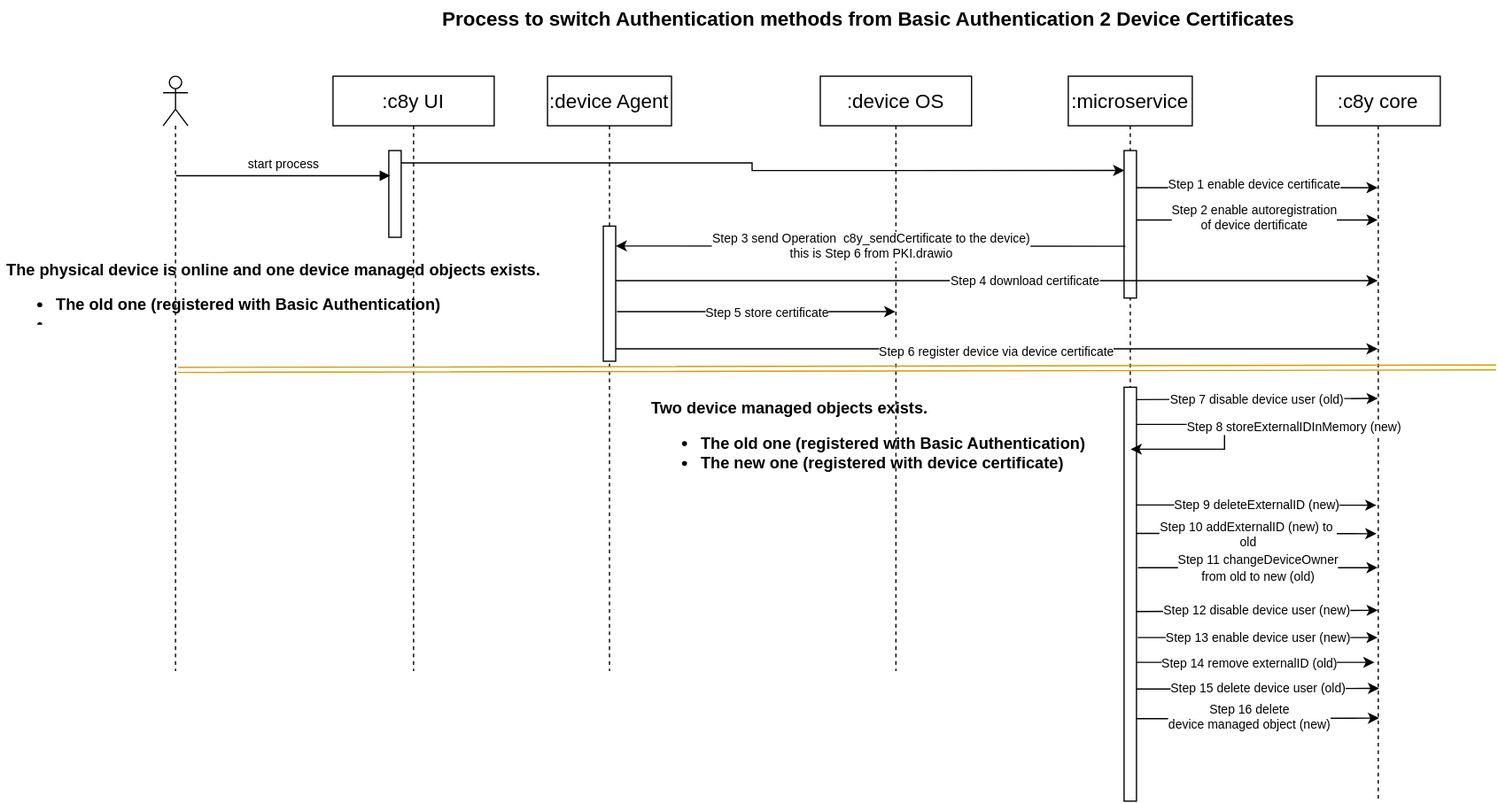
The draw.io diagram doc/switch.drawio.svg in Cumulocity-IoT/cumulocity-pki-integration, before a commit. Source tidied: cells renumbered, new cells last; positions are measured from the earlier drawing's top-left corner, leaving out a move shared by most shapes.
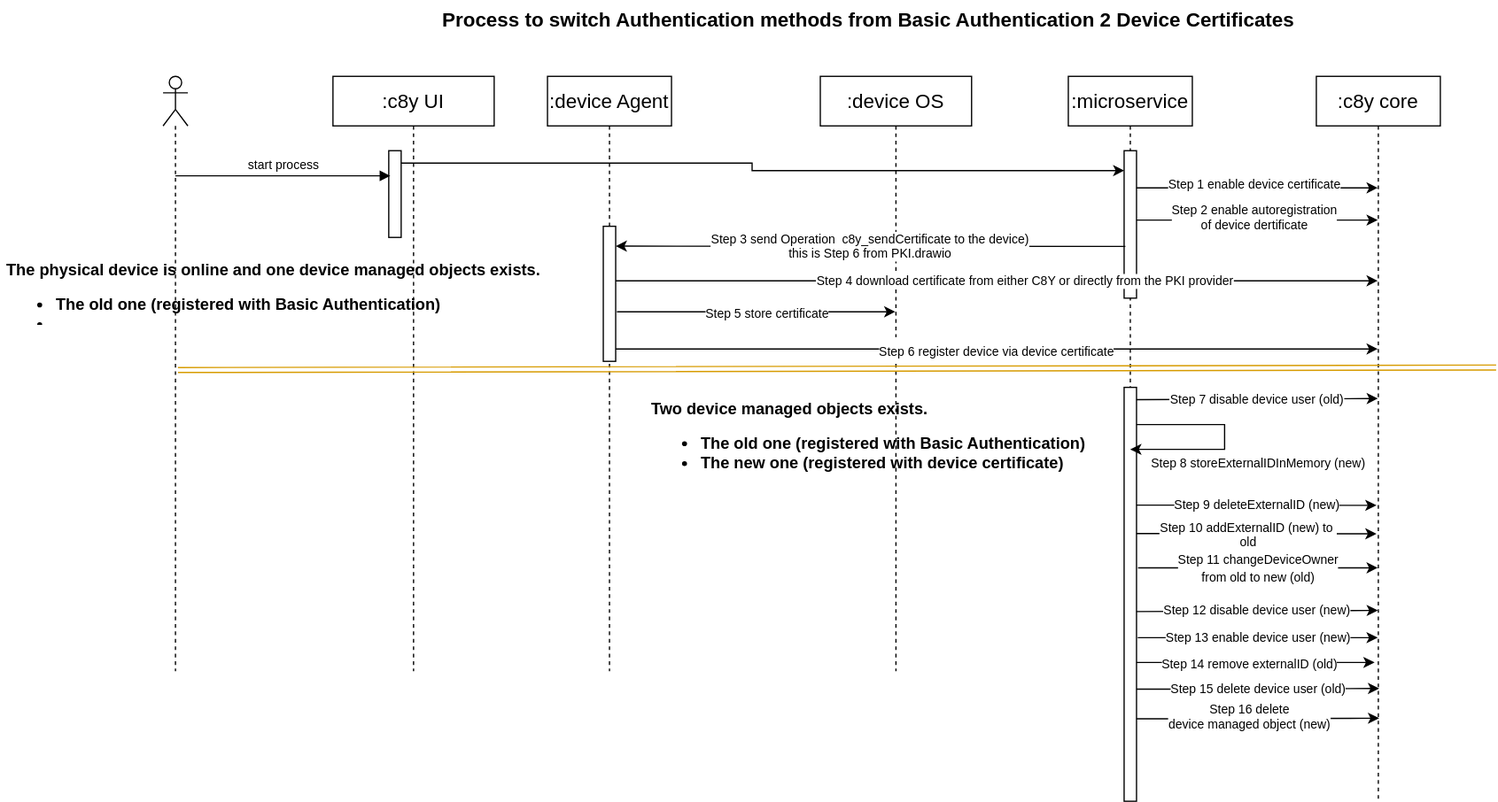
Later version of the same file.

What changed in the source:
```diff
@@ -167,7 +167,7 @@
     <mxCell id="30" value="&lt;h1 style=&quot;font-size: 13px;&quot;&gt;&lt;font style=&quot;font-size: 13px;&quot;&gt;The physical device is online and one device managed objects exists.&amp;nbsp;&lt;/font&gt;&lt;/h1&gt;&lt;h1 style=&quot;font-size: 13px;&quot;&gt;&lt;ul&gt;&lt;li&gt;&lt;font style=&quot;font-size: 13px;&quot;&gt;The old one (registered with Basic Authentication)&amp;nbsp;&lt;/font&gt;&lt;/li&gt;&lt;li&gt;&lt;font style=&quot;font-size: 13px;&quot;&gt;&amp;nbsp;&lt;/font&gt;&lt;/li&gt;&lt;/ul&gt;&lt;/h1&gt;" style="text;html=1;strokeColor=none;fillColor=none;spacing=5;spacingTop=-20;whiteSpace=wrap;overflow=hidden;rounded=0;" parent="1" vertex="1">
       <mxGeometry y="211" width="474" height="51" as="geometry" />
     </mxCell>
-    <mxCell id="31" value="Step 4 download certificate" style="rounded=0;jettySize=auto;html=1;fontSize=10;" parent="1" edge="1" source="6" target="8">
+    <mxCell id="31" value="Step 4 download certificate from either C8Y or directly from the PKI provider" style="rounded=0;jettySize=auto;html=1;fontSize=10;" parent="1" edge="1" source="6" target="8">
       <mxGeometry x="0.08" relative="1" as="geometry">
         <Array as="points">
           <mxPoint x="957" y="226" />
```
